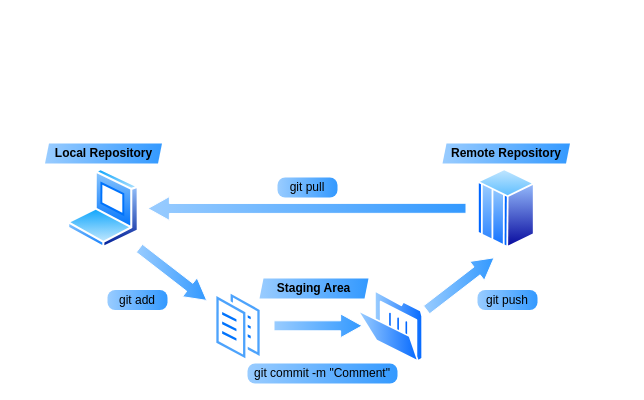
Before: page "Repository-Structure" (5 of 6) of docs/ISS-PCB.drawio in ISSUIUC/ISS-PCB, a draw.io diagram. Source tidied: cells renumbered, new cells numbered last; positions are measured from the earlier drawing's top-left corner, leaving out a move shared by most shapes. Both pictures are drawn from the tidied source at 100%, with x=0, y=0 at pixel (44, 143).
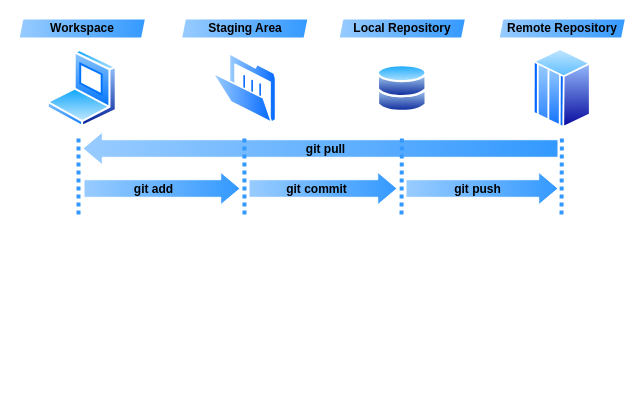
Above is the later version.

What changed in the source:
```diff
@@
-    <mxCell id="0" />
-    <mxCell id="1" parent="0" />
+    <mxCell id="17" />
+    <mxCell id="18" parent="17" />
+    <mxCell id="19" style="shape=flexArrow;endArrow=classic;html=1;rounded=0;fillColor=#99CCFF;strokeColor=#FFFFFF;gradientColor=#3399FF;endWidth=13.809523809523808;endSize=6.095238095238095;gradientDirection=east;width=17.619047619047617;" parent="18" edge="1">
+      <mxGeometry relative="1" as="geometry">
+        <mxPoint x="514" y="5" as="sourcePoint" />
+        <mxPoint x="38" y="5" as="targetPoint" />
+      </mxGeometry>
+    </mxCell>
+    <mxCell id="11" value="&lt;span style=&quot;font-weight: 700;&quot;&gt;git pull&lt;/span&gt;" style="edgeLabel;html=1;align=center;verticalAlign=middle;fontSize=12;fontColor=default;labelBackgroundColor=none;" parent="19" vertex="1">
+      <mxGeometry x="-0.08" y="2" relative="1" as="geometry">
+        <mxPoint x="-15" y="-2" as="offset" />
+      </mxGeometry>
+    </mxCell>
+    <mxCell id="20" style="shape=flexArrow;endArrow=classic;html=1;rounded=0;fillColor=#99CCFF;strokeColor=#FFFFFF;gradientColor=#3399FF;endWidth=13.809523809523808;endSize=6.095238095238095;gradientDirection=east;width=17.619047619047617;" parent="18" edge="1">
+      <mxGeometry relative="1" as="geometry">
+        <mxPoint x="39" y="45" as="sourcePoint" />
+        <mxPoint x="196" y="45" as="targetPoint" />
+      </mxGeometry>
+    </mxCell>
+    <mxCell id="9" value="&lt;font&gt;&lt;span style=&quot;&quot;&gt;&lt;b&gt;git add&lt;/b&gt;&lt;/span&gt;&lt;/font&gt;" style="edgeLabel;html=1;align=center;verticalAlign=middle;fontSize=12;fontColor=default;labelBackgroundColor=none;" parent="20" vertex="1">
+      <mxGeometry x="-0.37" y="3" relative="1" as="geometry">
+        <mxPoint x="20" y="3" as="offset" />
+      </mxGeometry>
+    </mxCell>
+    <mxCell id="21" style="shape=flexArrow;endArrow=classic;html=1;rounded=0;fillColor=#99CCFF;strokeColor=#FFFFFF;gradientColor=#3399FF;endWidth=13.809523809523808;endSize=6.095238095238095;gradientDirection=east;width=17.619047619047617;" parent="18" edge="1">
+      <mxGeometry relative="1" as="geometry">
+        <mxPoint x="204" y="45" as="sourcePoint" />
+        <mxPoint x="353" y="45" as="targetPoint" />
+      </mxGeometry>
+    </mxCell>
+    <mxCell id="22" value="&lt;font&gt;&lt;span&gt;&lt;b&gt;git commit&lt;/b&gt;&lt;/span&gt;&lt;/font&gt;" style="edgeLabel;html=1;align=center;verticalAlign=middle;fontSize=12;fontColor=default;labelBackgroundColor=none;" parent="21" vertex="1">
+      <mxGeometry x="-0.37" y="3" relative="1" as="geometry">
+        <mxPoint x="20" y="3" as="offset" />
+      </mxGeometry>
+    </mxCell>
+    <mxCell id="23" style="shape=flexArrow;endArrow=classic;html=1;rounded=0;fillColor=#99CCFF;strokeColor=#FFFFFF;gradientColor=#3399FF;endWidth=13.809523809523808;endSize=6.095238095238095;gradientDirection=east;width=17.619047619047617;" parent="18" edge="1">
+      <mxGeometry relative="1" as="geometry">
+        <mxPoint x="361" y="45" as="sourcePoint" />
+        <mxPoint x="514" y="45" as="targetPoint" />
+      </mxGeometry>
+    </mxCell>
+    <mxCell id="10" value="&lt;font&gt;&lt;span&gt;&lt;b&gt;git push&lt;/b&gt;&lt;/span&gt;&lt;/font&gt;" style="edgeLabel;html=1;align=center;verticalAlign=middle;fontSize=12;fontColor=default;labelBackgroundColor=none;" parent="23" vertex="1">
+      <mxGeometry x="-0.37" y="3" relative="1" as="geometry">
+        <mxPoint x="23" y="3" as="offset" />
+      </mxGeometry>
+    </mxCell>
+    <mxCell id="24" parent="17" />
+    <mxCell id="25" value="Workspace" style="shape=parallelogram;perimeter=parallelogramPerimeter;whiteSpace=wrap;html=1;fixedSize=1;rounded=1;fillColor=#99CCFF;gradientColor=#3399FF;gradientDirection=east;arcSize=0;strokeColor=#FFFFFF;size=4;fontStyle=1;strokeWidth=2;" parent="24" vertex="1">
+      <mxGeometry x="-26" y="-125" width="127.5" height="20" as="geometry" />
+    </mxCell>
+    <mxCell id="26" style="perimeter=ellipsePerimeter;html=1;align=center;shadow=0;dashed=0;spacingTop=3;image;image=img/lib/active_directory/laptop_client.svg;" parent="24" vertex="1">
+      <mxGeometry x="2.8" y="-95" width="70" height="80" as="geometry" />
+    </mxCell>
+    <mxCell id="27" style="perimeter=ellipsePerimeter;html=1;align=center;shadow=0;dashed=0;spacingTop=3;image;image=img/lib/active_directory/mainframe_host.svg;" parent="24" vertex="1">
+      <mxGeometry x="487.8" y="-95" width="60" height="80" as="geometry" />
+    </mxCell>
+    <mxCell id="28" style="perimeter=ellipsePerimeter;html=1;align=center;shadow=0;dashed=0;spacingTop=3;image;image=img/lib/active_directory/folder_open.svg;" parent="24" vertex="1">
+      <mxGeometry x="165.2" y="-90" width="70" height="70" as="geometry" />
+    </mxCell>
+    <mxCell id="13" value="&lt;span&gt;Remote Repository&lt;/span&gt;" style="shape=parallelogram;perimeter=parallelogramPerimeter;whiteSpace=wrap;html=1;fixedSize=1;rounded=1;fillColor=#99CCFF;gradientColor=#3399FF;gradientDirection=east;arcSize=0;strokeColor=#FFFFFF;size=4;fontStyle=1;strokeWidth=2;" parent="24" vertex="1">
+      <mxGeometry x="454" y="-125" width="127.5" height="20" as="geometry" />
+    </mxCell>
+    <mxCell id="29" style="perimeter=ellipsePerimeter;html=1;align=center;shadow=0;dashed=0;spacingTop=3;image;image=img/lib/active_directory/databases.svg;" parent="24" vertex="1">
+      <mxGeometry x="332.8" y="-80" width="50" height="50" as="geometry" />
+    </mxCell>
-    <mxCell id="2" value="&lt;span&gt;Local&amp;nbsp;&lt;/span&gt;Repository" style="shape=parallelogram;perimeter=parallelogramPerimeter;whiteSpace=wrap;html=1;fixedSize=1;rounded=1;fillColor=#99CCFF;gradientColor=#3399FF;gradientDirection=east;arcSize=0;strokeColor=none;size=4;fontStyle=1;" parent="1" vertex="1">
-      <mxGeometry x="0.5" width="117" height="20" as="geometry" />
+    <mxCell id="2" value="&lt;span&gt;Local Repository&lt;/span&gt;" style="shape=parallelogram;perimeter=parallelogramPerimeter;whiteSpace=wrap;html=1;fixedSize=1;rounded=1;fillColor=#99CCFF;gradientColor=#3399FF;gradientDirection=east;arcSize=0;strokeColor=#FFFFFF;size=4;fontStyle=1;strokeWidth=2;" parent="24" vertex="1">
+      <mxGeometry x="294" y="-125" width="127.5" height="20" as="geometry" />
     </mxCell>
-    <mxCell id="3" style="perimeter=ellipsePerimeter;html=1;align=center;shadow=0;dashed=0;spacingTop=3;image;image=img/lib/active_directory/laptop_client.svg;" parent="1" vertex="1">
-      <mxGeometry x="23" y="25" width="72" height="80" as="geometry" />
-    </mxCell>
-    <mxCell id="4" style="perimeter=ellipsePerimeter;html=1;align=center;shadow=0;dashed=0;spacingTop=3;image;image=img/lib/active_directory/mainframe_host.svg;" parent="1" vertex="1">
-      <mxGeometry x="433" y="25" width="57.6" height="80" as="geometry" />
-    </mxCell>
-    <mxCell id="5" style="perimeter=ellipsePerimeter;html=1;align=center;shadow=0;dashed=0;spacingTop=3;image;image=img/lib/active_directory/folder_open.svg;" parent="1" vertex="1">
-      <mxGeometry x="313" y="147.1" width="66" height="71.7" as="geometry" />
-    </mxCell>
-    <mxCell id="6" style="shape=flexArrow;endArrow=classic;html=1;rounded=0;fillColor=#99CCFF;strokeColor=#FFFFFF;gradientColor=#3399FF;endWidth=12.777777777777777;endSize=6.797222222222222;exitX=1;exitY=0.5;exitDx=0;exitDy=0;gradientDirection=east;strokeWidth=1;" parent="1" edge="1">
-      <mxGeometry relative="1" as="geometry">
-        <mxPoint x="229" y="182.3" as="sourcePoint" />
-        <mxPoint x="318" y="182.3" as="targetPoint" />
-      </mxGeometry>
-    </mxCell>
-    <mxCell id="7" style="shape=flexArrow;endArrow=classic;html=1;rounded=0;fillColor=#99CCFF;strokeColor=#FFFFFF;gradientColor=#3399FF;endWidth=12.777777777777777;endSize=6.797222222222222;entryX=0;entryY=0;entryDx=0;entryDy=0;exitX=0.993;exitY=0.994;exitDx=0;exitDy=0;exitPerimeter=0;gradientDirection=east;" parent="1" edge="1">
-      <mxGeometry relative="1" as="geometry">
-        <mxPoint x="381.7" y="166.6" as="sourcePoint" />
-        <mxPoint x="449.9" y="114" as="targetPoint" />
-      </mxGeometry>
-    </mxCell>
-    <mxCell id="8" value="git commit -m &quot;Comment&quot;" style="text;html=1;strokeColor=none;fillColor=#99CCFF;align=center;verticalAlign=middle;whiteSpace=wrap;rounded=1;gradientColor=#3399FF;arcSize=38;gradientDirection=east;" parent="1" vertex="1">
-      <mxGeometry x="203" y="220" width="150" height="20" as="geometry" />
-    </mxCell>
-    <mxCell id="9" value="git add" style="text;html=1;strokeColor=none;fillColor=#99CCFF;align=center;verticalAlign=middle;whiteSpace=wrap;rounded=1;gradientColor=#3399FF;arcSize=38;gradientDirection=east;" parent="1" vertex="1">
-      <mxGeometry x="63" y="146.6" width="60" height="20" as="geometry" />
-    </mxCell>
-    <mxCell id="10" value="git push" style="text;html=1;strokeColor=none;fillColor=#99CCFF;align=center;verticalAlign=middle;whiteSpace=wrap;rounded=1;gradientColor=#3399FF;arcSize=38;gradientDirection=east;" parent="1" vertex="1">
-      <mxGeometry x="433" y="146.6" width="60" height="20" as="geometry" />
-    </mxCell>
-    <mxCell id="11" value="git pull" style="text;html=1;strokeColor=none;fillColor=#99CCFF;align=center;verticalAlign=middle;whiteSpace=wrap;rounded=1;gradientColor=#3399FF;arcSize=38;gradientDirection=east;" parent="1" vertex="1">
-      <mxGeometry x="233" y="34" width="60" height="20" as="geometry" />
-    </mxCell>
-    <mxCell id="12" style="shape=flexArrow;endArrow=classic;html=1;rounded=0;fillColor=#99CCFF;strokeColor=#FFFFFF;gradientColor=#3399FF;endWidth=12.777777777777777;endSize=6.797222222222222;exitX=1;exitY=0.5;exitDx=0;exitDy=0;gradientDirection=east;" parent="1" edge="1">
-      <mxGeometry relative="1" as="geometry">
-        <mxPoint x="422" y="64.8" as="sourcePoint" />
-        <mxPoint x="103" y="65" as="targetPoint" />
-      </mxGeometry>
-    </mxCell>
-    <mxCell id="13" value="&lt;span&gt;Remote Repository&lt;/span&gt;" style="shape=parallelogram;perimeter=parallelogramPerimeter;whiteSpace=wrap;html=1;fixedSize=1;rounded=1;fillColor=#99CCFF;gradientColor=#3399FF;gradientDirection=east;arcSize=0;strokeColor=none;size=4;fontStyle=1;" parent="1" vertex="1">
-      <mxGeometry x="398" width="127.5" height="20" as="geometry" />
-    </mxCell>
-    <mxCell id="14" value="Staging Area" style="shape=parallelogram;perimeter=parallelogramPerimeter;whiteSpace=wrap;html=1;fixedSize=1;rounded=1;fillColor=#99CCFF;gradientColor=#3399FF;gradientDirection=east;arcSize=0;strokeColor=none;size=4;fontStyle=1;" parent="1" vertex="1">
-      <mxGeometry x="215" y="135" width="109" height="20" as="geometry" />
+    <mxCell id="14" value="Staging Area" style="shape=parallelogram;perimeter=parallelogramPerimeter;whiteSpace=wrap;html=1;fixedSize=1;rounded=1;fillColor=#99CCFF;gradientColor=#3399FF;gradientDirection=east;arcSize=0;strokeColor=#FFFFFF;size=4;fontStyle=1;strokeWidth=2;" parent="24" vertex="1">
+      <mxGeometry x="136.5" y="-125" width="127.5" height="20" as="geometry" />
     </mxCell>
-    <mxCell id="15" style="perimeter=ellipsePerimeter;html=1;align=center;shadow=0;dashed=0;spacingTop=3;image;image=img/lib/active_directory/documents.svg;rounded=1;strokeColor=#FFFFFF;fillColor=#99CCFF;gradientColor=#3399FF;gradientDirection=east;" parent="1" vertex="1">
-      <mxGeometry x="170" y="146.6" width="48" height="72.7" as="geometry" />
-    </mxCell>
-    <mxCell id="16" style="shape=flexArrow;endArrow=classic;html=1;rounded=0;fillColor=#99CCFF;strokeColor=#FFFFFF;gradientColor=#3399FF;endWidth=12.777777777777777;endSize=6.797222222222222;entryX=0;entryY=0;entryDx=0;entryDy=0;exitX=0.993;exitY=0.994;exitDx=0;exitDy=0;exitPerimeter=0;gradientDirection=east;" parent="1" edge="1">
-      <mxGeometry relative="1" as="geometry">
-        <mxPoint x="94.5" y="104.5" as="sourcePoint" />
-        <mxPoint x="162.6" y="157.2" as="targetPoint" />
-      </mxGeometry>
-    </mxCell>
+    <mxCell id="30" style="endArrow=none;html=1;rounded=0;fontSize=20;strokeColor=#3399FF;endFill=0;strokeWidth=4;dashed=1;dashPattern=1 1;" parent="24" edge="1">
+      <mxGeometry relative="1" as="geometry">
+        <mxPoint x="34" y="-5" as="sourcePoint" />
+        <mxPoint x="34" y="75" as="targetPoint" />
+      </mxGeometry>
+    </mxCell>
+    <mxCell id="31" style="endArrow=none;html=1;rounded=0;fontSize=20;strokeColor=#3399FF;endFill=0;strokeWidth=4;dashed=1;dashPattern=1 1;" parent="24" edge="1">
+      <mxGeometry relative="1" as="geometry">
+        <mxPoint x="199.9" y="-5" as="sourcePoint" />
+        <mxPoint x="200" y="75" as="targetPoint" />
+      </mxGeometry>
+    </mxCell>
+    <mxCell id="32" style="endArrow=none;html=1;rounded=0;fontSize=20;strokeColor=#3399FF;endFill=0;strokeWidth=4;dashed=1;dashPattern=1 1;" parent="24" edge="1">
+      <mxGeometry relative="1" as="geometry">
+        <mxPoint x="357.4" y="-5" as="sourcePoint" />
+        <mxPoint x="357" y="75" as="targetPoint" />
+      </mxGeometry>
+    </mxCell>
+    <mxCell id="33" style="endArrow=none;html=1;rounded=0;fontSize=20;strokeColor=#3399FF;endFill=0;strokeWidth=4;dashed=1;dashPattern=1 1;" parent="24" edge="1">
+      <mxGeometry relative="1" as="geometry">
+        <mxPoint x="517.4" y="-5" as="sourcePoint" />
+        <mxPoint x="517" y="75" as="targetPoint" />
+      </mxGeometry>
+    </mxCell>
```
